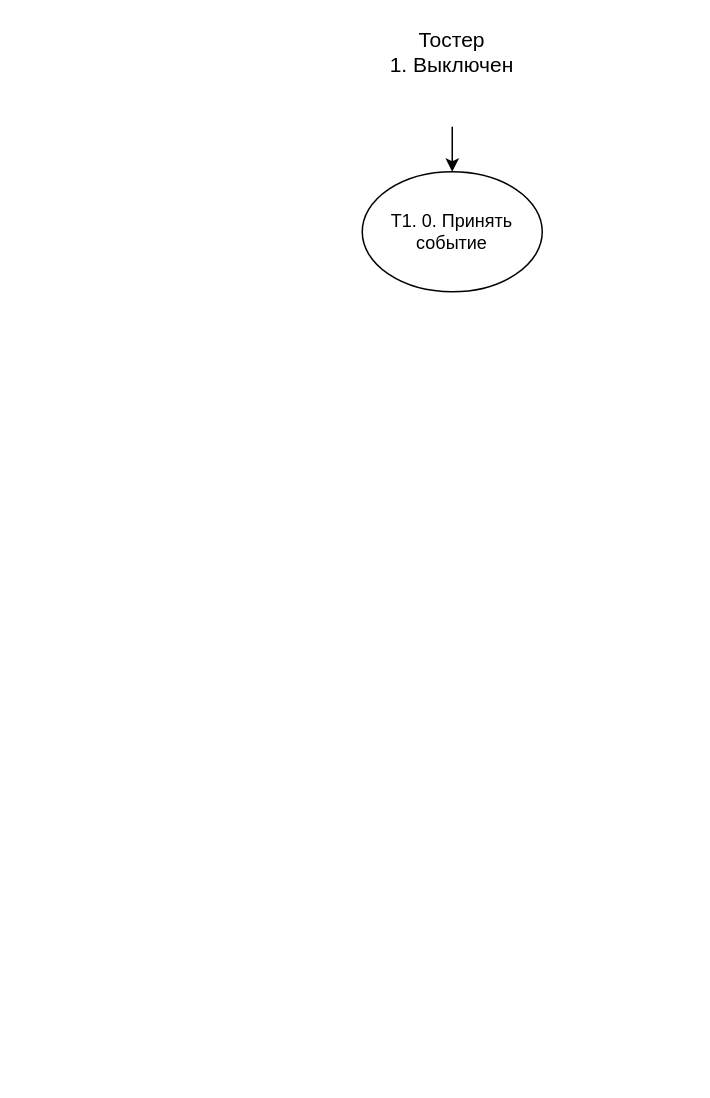
Above: page "ДПДД" (5 of 5) of OOP/Lab_05/vacuum_cleaner.drawio in Yokud/4_sem_SE (draw.io), before the change. Source tidied: cells renumbered, new cells numbered last; positions are measured from the earlier drawing's top-left corner, leaving out a move shared by most shapes. Both pictures are drawn from the tidied source at 150%, with x=0, y=0 at pixel (362, 36).
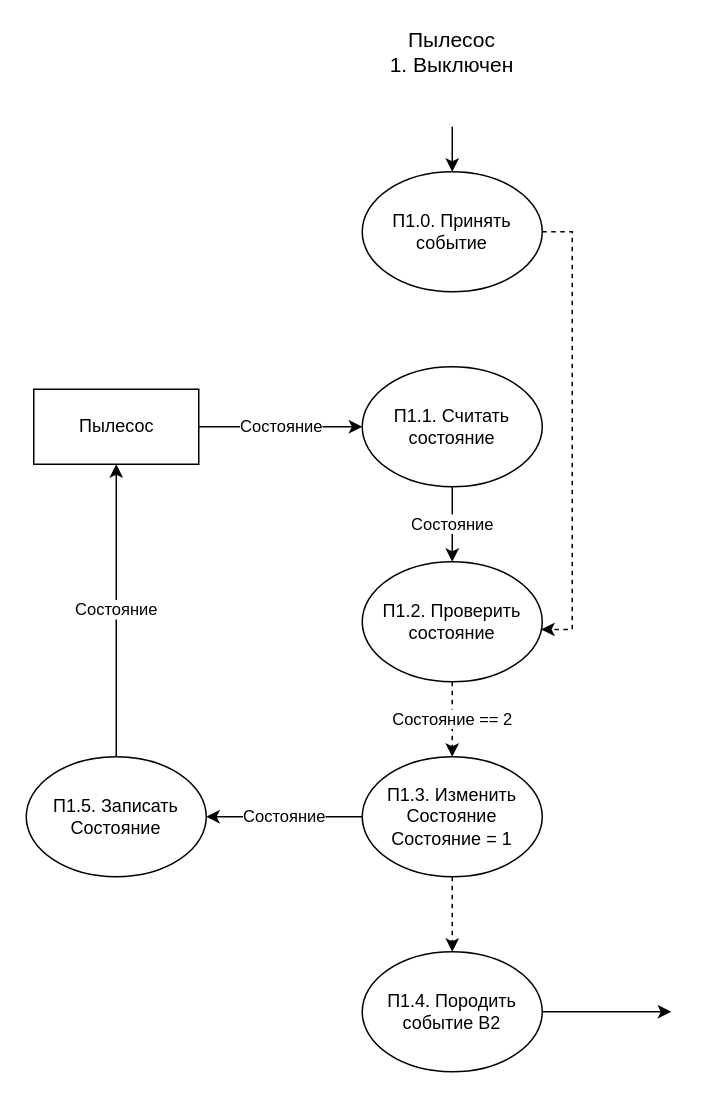
The same diagram, later.

Diff of the diagram source:
```diff
@@
-    <mxCell id="2" value="&lt;font style=&quot;font-size: 14px&quot;&gt;Тостер&lt;br&gt;1. Выключен&lt;/font&gt;" style="text;html=1;strokeColor=none;fillColor=none;align=center;verticalAlign=middle;whiteSpace=wrap;rounded=0;" parent="1" vertex="1">
+    <mxCell id="2" value="&lt;font style=&quot;font-size: 14px&quot;&gt;Пылесос&lt;br&gt;1. Выключен&lt;/font&gt;" style="text;html=1;strokeColor=none;fillColor=none;align=center;verticalAlign=middle;whiteSpace=wrap;rounded=0;" parent="1" vertex="1">
       <mxGeometry x="7" width="106" height="20" as="geometry" />
     </mxCell>
-    <mxCell id="3" value="Т1. 0. Принять событие" style="ellipse;whiteSpace=wrap;html=1;" parent="1" vertex="1">
-      <mxGeometry y="90" width="120" height="80" as="geometry" />
-    </mxCell>
-    <mxCell id="4" style="endArrow=classic;html=1;entryX=0.5;entryY=0;entryDx=0;entryDy=0;" parent="1" edge="1" target="3">
+    <mxCell id="4" style="endArrow=classic;html=1;entryX=0.5;entryY=0;entryDx=0;entryDy=0;" parent="1" edge="1">
       <mxGeometry relative="1" as="geometry">
         <mxPoint x="60" y="60" as="sourcePoint" />
+        <mxPoint x="60" y="90" as="targetPoint" />
       </mxGeometry>
     </mxCell>
+    <mxCell id="5" value="Состояние" style="edgeStyle=orthogonalEdgeStyle;rounded=0;jettySize=auto;html=1;exitX=0.5;exitY=1;exitDx=0;exitDy=0;entryX=0.5;entryY=0;entryDx=0;entryDy=0;startArrow=none;startFill=0;endArrow=classic;endFill=1;" parent="1" edge="1" source="6" target="8">
+      <mxGeometry relative="1" as="geometry" />
+    </mxCell>
+    <mxCell id="6" value="П1.1. Считать состояние" style="ellipse;whiteSpace=wrap;html=1;" parent="1" vertex="1">
+      <mxGeometry y="220" width="120" height="80" as="geometry" />
+    </mxCell>
+    <mxCell id="7" value="Состояние == 2" style="edgeStyle=orthogonalEdgeStyle;rounded=0;jettySize=auto;html=1;exitX=0.5;exitY=1;exitDx=0;exitDy=0;entryX=0.5;entryY=0;entryDx=0;entryDy=0;startArrow=none;startFill=0;endArrow=classic;endFill=1;dashed=1;" parent="1" edge="1" source="8" target="11">
+      <mxGeometry relative="1" as="geometry" />
+    </mxCell>
+    <mxCell id="8" value="П1.2. Проверить состояние" style="ellipse;whiteSpace=wrap;html=1;" parent="1" vertex="1">
+      <mxGeometry y="350" width="120" height="80" as="geometry" />
+    </mxCell>
+    <mxCell id="9" style="edgeStyle=orthogonalEdgeStyle;rounded=0;jettySize=auto;html=1;exitX=0.5;exitY=1;exitDx=0;exitDy=0;entryX=0.5;entryY=0;entryDx=0;entryDy=0;startArrow=none;startFill=0;endArrow=classic;endFill=1;dashed=1;" parent="1" edge="1" source="11" target="13">
+      <mxGeometry relative="1" as="geometry" />
+    </mxCell>
+    <mxCell id="10" value="Состояние" style="edgeStyle=orthogonalEdgeStyle;rounded=0;jettySize=auto;html=1;exitX=0;exitY=0.5;exitDx=0;exitDy=0;entryX=1;entryY=0.5;entryDx=0;entryDy=0;startArrow=none;startFill=0;endArrow=classic;endFill=1;" parent="1" edge="1" source="11" target="15">
+      <mxGeometry relative="1" as="geometry" />
+    </mxCell>
+    <mxCell id="11" value="П1.3. Изменить Состояние&lt;br&gt;Состояние = 1" style="ellipse;whiteSpace=wrap;html=1;" parent="1" vertex="1">
+      <mxGeometry y="480" width="120" height="80" as="geometry" />
+    </mxCell>
+    <mxCell id="12" style="edgeStyle=orthogonalEdgeStyle;rounded=0;jettySize=auto;html=1;exitX=1;exitY=0.5;exitDx=0;exitDy=0;startArrow=none;startFill=0;endArrow=classic;endFill=1;" parent="1" edge="1" source="13">
+      <mxGeometry relative="1" as="geometry">
+        <mxPoint x="206" y="650" as="targetPoint" />
+      </mxGeometry>
+    </mxCell>
+    <mxCell id="13" value="П1.4. Породить событие В2" style="ellipse;whiteSpace=wrap;html=1;" parent="1" vertex="1">
+      <mxGeometry y="610" width="120" height="80" as="geometry" />
+    </mxCell>
+    <mxCell id="14" value="Состояние" style="edgeStyle=orthogonalEdgeStyle;rounded=0;jettySize=auto;html=1;exitX=0.5;exitY=0;exitDx=0;exitDy=0;entryX=0.5;entryY=1;entryDx=0;entryDy=0;startArrow=none;startFill=0;endArrow=classic;endFill=1;" parent="1" edge="1" source="15" target="17">
+      <mxGeometry relative="1" as="geometry" />
+    </mxCell>
+    <mxCell id="15" value="П1.5. Записать Состояние" style="ellipse;whiteSpace=wrap;html=1;" parent="1" vertex="1">
+      <mxGeometry x="-224" y="480" width="120" height="80" as="geometry" />
+    </mxCell>
+    <mxCell id="16" value="Состояние" style="edgeStyle=orthogonalEdgeStyle;rounded=0;jettySize=auto;html=1;exitX=1;exitY=0.5;exitDx=0;exitDy=0;entryX=0;entryY=0.5;entryDx=0;entryDy=0;startArrow=none;startFill=0;endArrow=classic;endFill=1;" parent="1" edge="1" source="17" target="6">
+      <mxGeometry relative="1" as="geometry" />
+    </mxCell>
+    <mxCell id="17" value="Пылесос" style="html=1;" parent="1" vertex="1">
+      <mxGeometry x="-219" y="235" width="110" height="50" as="geometry" />
+    </mxCell>
+    <mxCell id="18" style="edgeStyle=orthogonalEdgeStyle;rounded=0;jettySize=auto;html=1;exitX=1;exitY=0.5;exitDx=0;exitDy=0;entryX=0.994;entryY=0.564;entryDx=0;entryDy=0;entryPerimeter=0;dashed=1;startArrow=none;startFill=0;endArrow=classic;endFill=1;" parent="1" edge="1" source="19" target="8">
+      <mxGeometry relative="1" as="geometry" />
+    </mxCell>
+    <mxCell id="19" value="П1.0. Принять событие" style="ellipse;whiteSpace=wrap;html=1;" parent="1" vertex="1">
+      <mxGeometry y="90" width="120" height="80" as="geometry" />
+    </mxCell>
```
